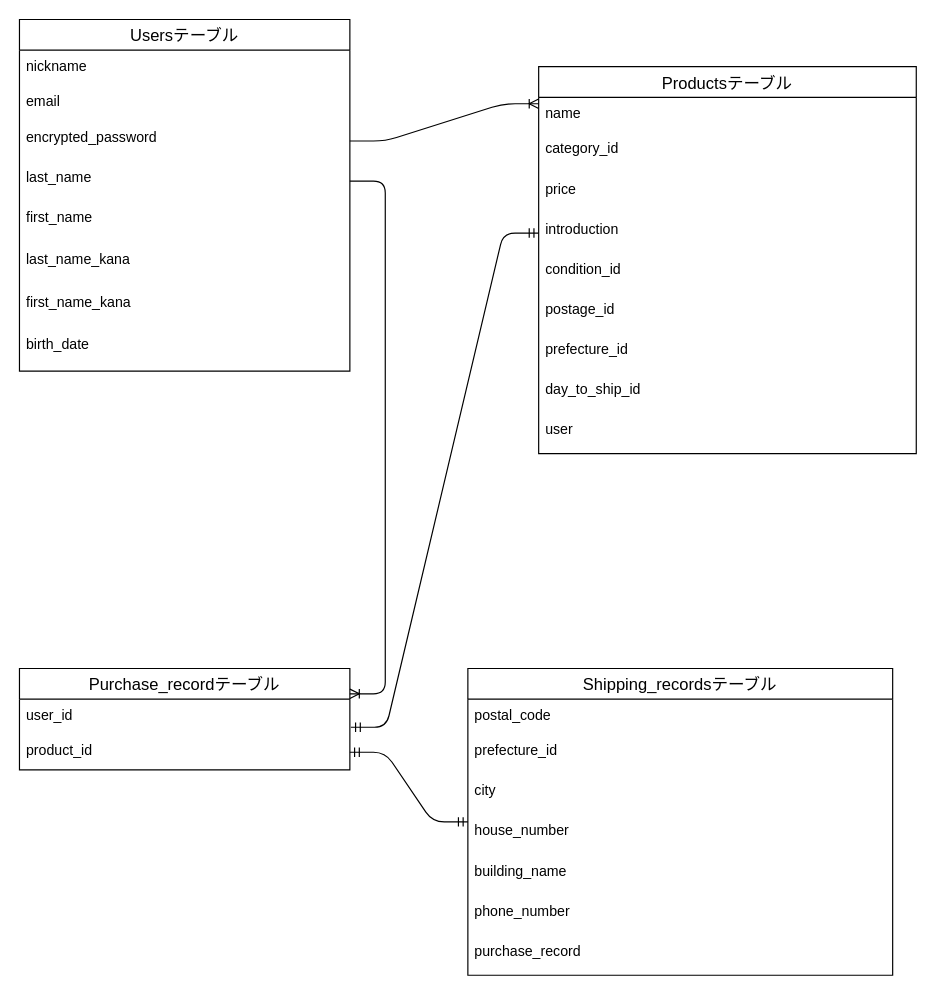
Earlier version of the draw.io diagram furima_datebase.dio (itryse/furima-35590). Source tidied: cells renumbered, new cells numbered last; positions are measured from the earlier drawing's top-left corner, leaving out a move shared by most shapes. Both pictures are drawn from the tidied source at 118%, with x=0, y=0 at pixel (19, 19).
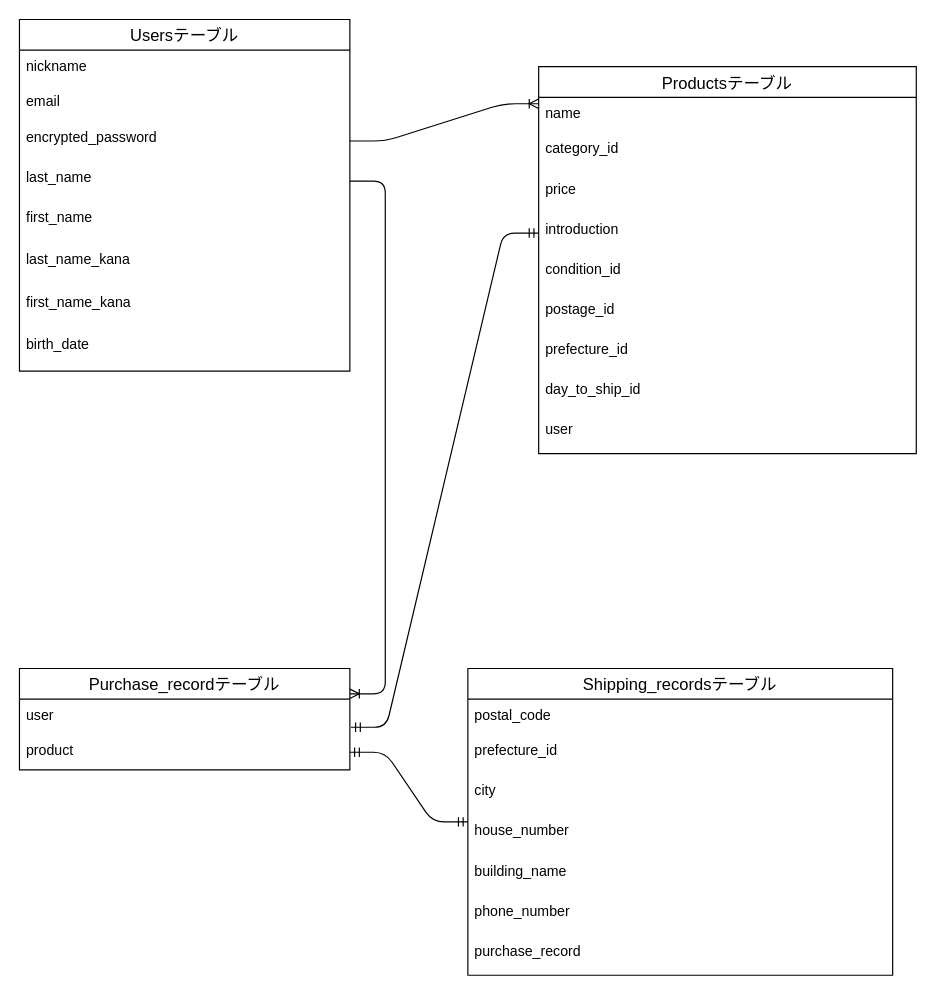
The same diagram, later.

Commit message:
【修正６】データベース設計（ER図・README）

The change refers to these unchanged cells:
```xml
<mxCell id="21" value="Purchase_recordテーブル" style="swimlane;fontStyle=0;horizontal=1;startSize=26;align=center;fontSize=14;" parent="1" vertex="1">
  <mxGeometry y="550" width="280" height="86" as="geometry" />
</mxCell>
```

Change to the diagram source:
```diff
@@
-    <mxCell id="22" value="user_id" style="text;strokeColor=none;fillColor=none;spacingLeft=4;spacingRight=4;overflow=hidden;points=[[0,0.5],[1,0.5]];portConstraint=eastwest;fontSize=12;" parent="21" vertex="1">
+    <mxCell id="22" value="user" style="text;strokeColor=none;fillColor=none;spacingLeft=4;spacingRight=4;overflow=hidden;points=[[0,0.5],[1,0.5]];portConstraint=eastwest;fontSize=12;" parent="21" vertex="1">
       <mxGeometry y="26" width="280" height="30" as="geometry" />
     </mxCell>
-    <mxCell id="23" value="product_id" style="text;strokeColor=none;fillColor=none;spacingLeft=4;spacingRight=4;overflow=hidden;points=[[0,0.5],[1,0.5]];portConstraint=eastwest;fontSize=12;" parent="21" vertex="1">
+    <mxCell id="23" value="product" style="text;strokeColor=none;fillColor=none;spacingLeft=4;spacingRight=4;overflow=hidden;points=[[0,0.5],[1,0.5]];portConstraint=eastwest;fontSize=12;" parent="21" vertex="1">
       <mxGeometry y="56" width="280" height="30" as="geometry" />
     </mxCell>
```
